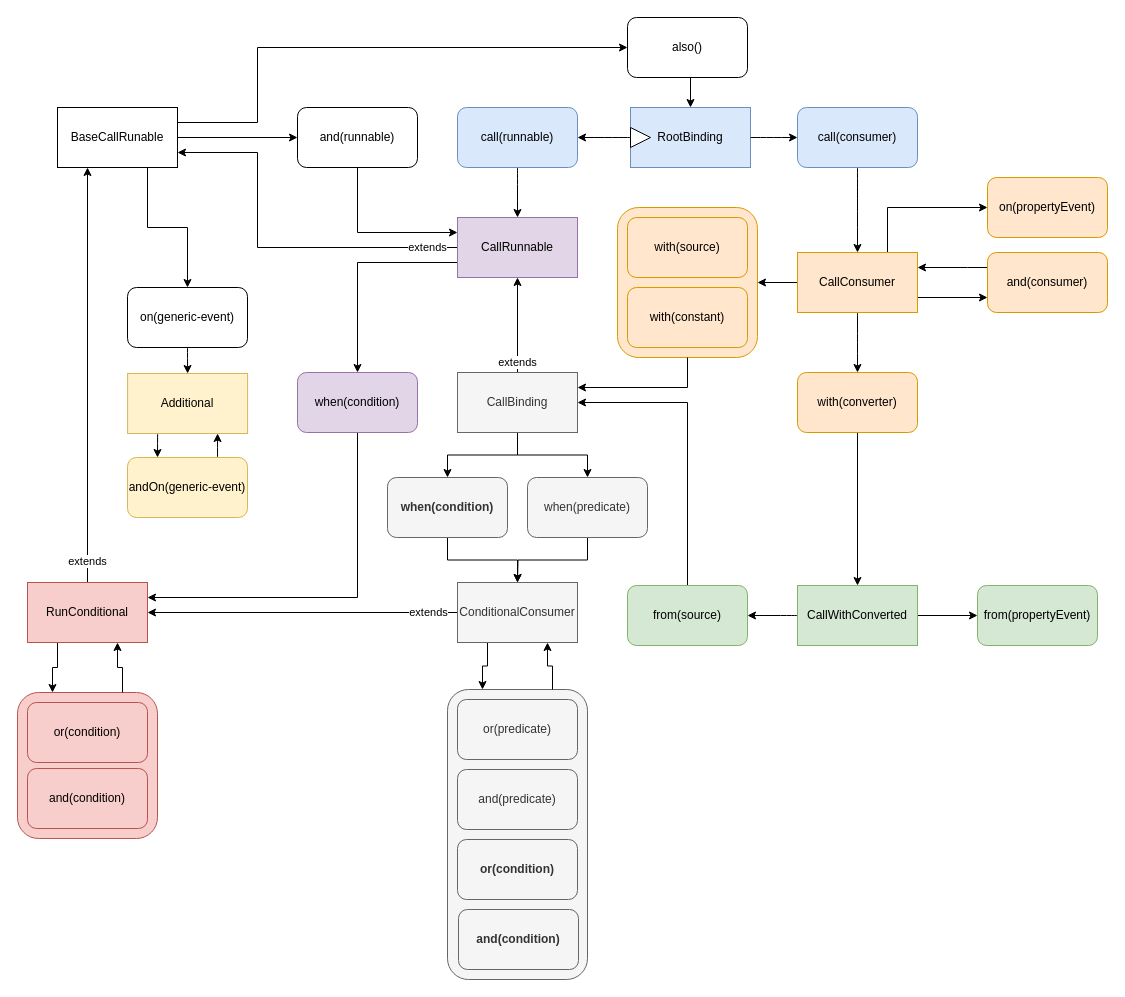
The draw.io diagram docs/binding_dsl.drawio in nbrugger-tgm/reactj, before the edit. Source tidied: cells renumbered, new cells numbered last; positions are measured from the earlier drawing's top-left corner, leaving out a move shared by most shapes. Both pictures are drawn from the tidied source at 100%, with x=0, y=0 at pixel (17, 17).
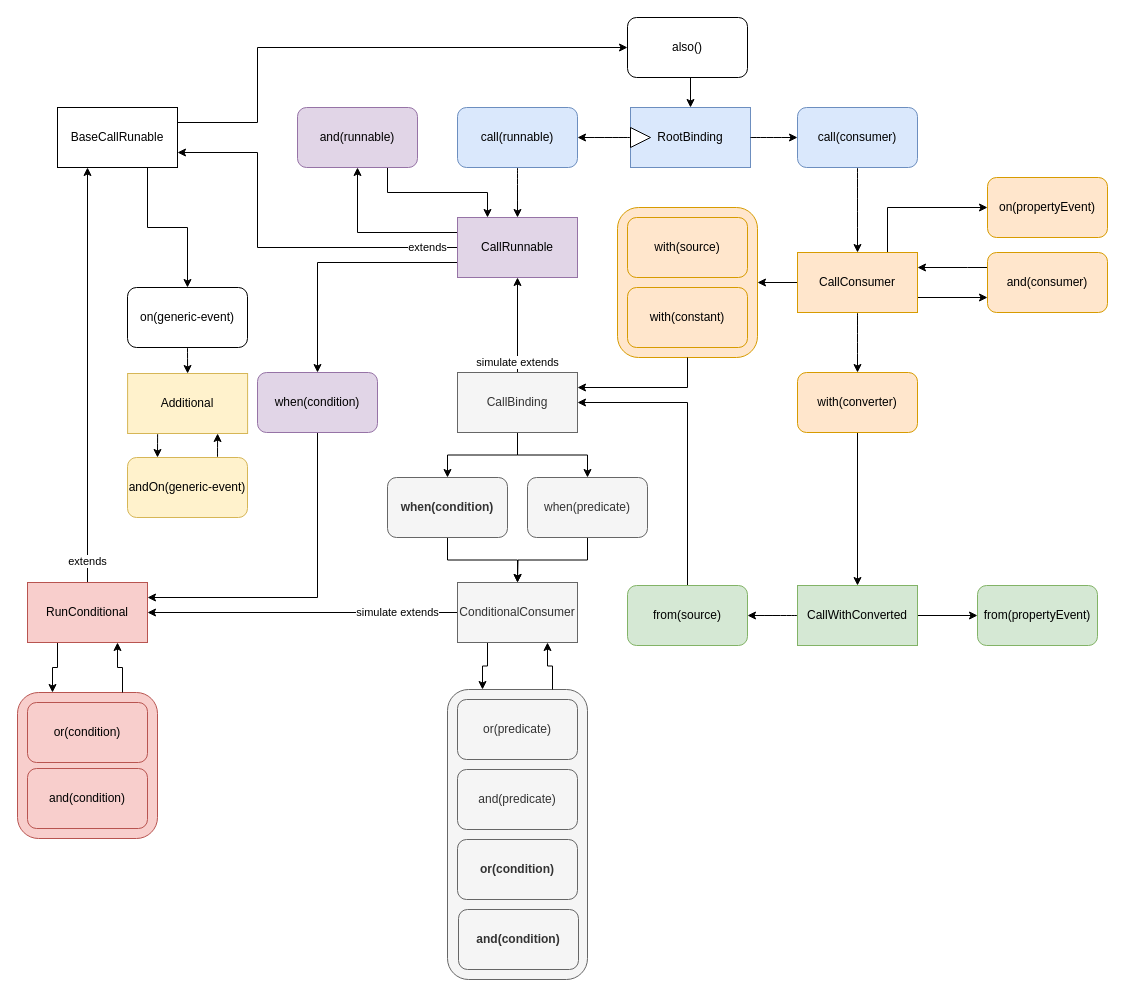
Above is the later version.

Unchanged cells that the change refers to:
```xml
<mxCell id="28" value="CallRunnable" style="rounded=0;whiteSpace=wrap;html=1;fillColor=#e1d5e7;strokeColor=#9673a6;" parent="1" vertex="1">
  <mxGeometry x="440" y="200" width="120" height="60" as="geometry" />
</mxCell>
<mxCell id="48" value="CallBinding" style="rounded=0;whiteSpace=wrap;html=1;fillColor=#f5f5f5;strokeColor=#666666;fontColor=#333333;" parent="1" vertex="1">
  <mxGeometry x="440" y="355" width="120" height="60" as="geometry" />
</mxCell>
<mxCell id="62" value="ConditionalConsumer" style="rounded=0;whiteSpace=wrap;html=1;fillColor=#f5f5f5;strokeColor=#666666;fontColor=#333333;" parent="1" vertex="1">
  <mxGeometry x="440" y="565" width="120" height="60" as="geometry" />
</mxCell>
<mxCell id="67" value="BaseCallRunable" style="rounded=0;whiteSpace=wrap;html=1;fillColor=default;" parent="1" vertex="1">
  <mxGeometry x="40" y="90" width="120" height="60" as="geometry" />
</mxCell>
<mxCell id="69" value="RunConditional" style="rounded=0;whiteSpace=wrap;html=1;fillColor=#f8cecc;strokeColor=#b85450;" parent="1" vertex="1">
  <mxGeometry x="10" y="565" width="120" height="60" as="geometry" />
</mxCell>
```

The edit, as a diff of the source:
```diff
@@
     <mxCell id="5" style="edgeStyle=orthogonalEdgeStyle;rounded=0;jettySize=auto;html=1;exitX=0.5;exitY=1;exitDx=0;exitDy=0;entryX=1;entryY=0.25;entryDx=0;entryDy=0;" parent="1" edge="1" source="6" target="69">
       <mxGeometry relative="1" as="geometry">
         <Array as="points">
-          <mxPoint x="340" y="580" />
+          <mxPoint x="300" y="580" />
         </Array>
       </mxGeometry>
     </mxCell>
     <mxCell id="6" value="when(condition)" style="rounded=1;whiteSpace=wrap;html=1;fillColor=#e1d5e7;strokeColor=#9673a6;" parent="1" vertex="1">
-      <mxGeometry x="280" y="355" width="120" height="60" as="geometry" />
+      <mxGeometry x="240" y="355" width="120" height="60" as="geometry" />
     </mxCell>
@@
-    <mxCell id="11" style="edgeStyle=orthogonalEdgeStyle;rounded=0;jettySize=auto;html=1;exitX=0.5;exitY=1;exitDx=0;exitDy=0;entryX=0;entryY=0.25;entryDx=0;entryDy=0;" parent="1" edge="1" source="12" target="28">
-      <mxGeometry relative="1" as="geometry" />
+    <mxCell id="11" style="edgeStyle=orthogonalEdgeStyle;rounded=0;jettySize=auto;html=1;exitX=0.75;exitY=1;exitDx=0;exitDy=0;entryX=0.25;entryY=0;entryDx=0;entryDy=0;" parent="1" edge="1" source="12" target="28">
+      <mxGeometry relative="1" as="geometry">
+        <Array as="points">
+          <mxPoint x="370" y="175" />
+          <mxPoint x="470" y="175" />
+        </Array>
+      </mxGeometry>
     </mxCell>
-    <mxCell id="12" value="and(runnable)" style="rounded=1;whiteSpace=wrap;html=1;" parent="1" vertex="1">
+    <mxCell id="12" value="and(runnable)" style="rounded=1;whiteSpace=wrap;html=1;fillColor=#e1d5e7;strokeColor=#9673a6;" parent="1" vertex="1">
       <mxGeometry x="280" y="90" width="120" height="60" as="geometry" />
     </mxCell>
@@
+    <mxCell id="76" style="edgeStyle=orthogonalEdgeStyle;rounded=0;jettySize=auto;html=1;exitX=0;exitY=0.25;exitDx=0;exitDy=0;entryX=0.5;entryY=1;entryDx=0;entryDy=0;" parent="1" edge="1" source="28" target="12">
+      <mxGeometry relative="1" as="geometry" />
+    </mxCell>
@@
-    <mxCell id="45" value="extends" style="edgeStyle=orthogonalEdgeStyle;rounded=0;jettySize=auto;html=1;" parent="1" edge="1" source="48" target="28">
+    <mxCell id="45" value="simulate extends" style="edgeStyle=orthogonalEdgeStyle;rounded=0;jettySize=auto;html=1;" parent="1" edge="1" source="48" target="28">
       <mxGeometry x="-0.78" relative="1" as="geometry" />
     </mxCell>
@@
-    <mxCell id="61" value="extends" style="edgeStyle=orthogonalEdgeStyle;rounded=0;jettySize=auto;html=1;exitX=0;exitY=0.5;exitDx=0;exitDy=0;entryX=1;entryY=0.5;entryDx=0;entryDy=0;" parent="1" edge="1" source="62" target="69">
-      <mxGeometry x="-0.81" relative="1" as="geometry" />
+    <mxCell id="61" value="simulate extends" style="edgeStyle=orthogonalEdgeStyle;rounded=0;jettySize=auto;html=1;exitX=0;exitY=0.5;exitDx=0;exitDy=0;entryX=1;entryY=0.5;entryDx=0;entryDy=0;" parent="1" edge="1" source="62" target="69">
+      <mxGeometry x="-0.61" relative="1" as="geometry" />
     </mxCell>
@@
-    <mxCell id="64" style="edgeStyle=orthogonalEdgeStyle;rounded=0;jettySize=auto;html=1;exitX=1;exitY=0.5;exitDx=0;exitDy=0;entryX=0;entryY=0.5;entryDx=0;entryDy=0;" parent="1" edge="1" source="67" target="12">
-      <mxGeometry relative="1" as="geometry" />
-    </mxCell>
```
